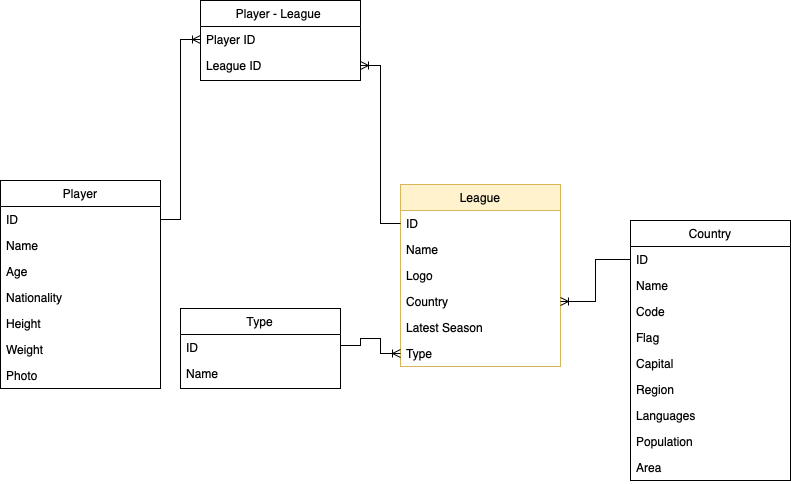
The draw.io diagram app/assets/images/erd1.png in babyghost-ys/football_rails, before a commit. Source tidied: cells renumbered, new cells last; positions are measured from the earlier drawing's top-left corner, leaving out a move shared by most shapes.
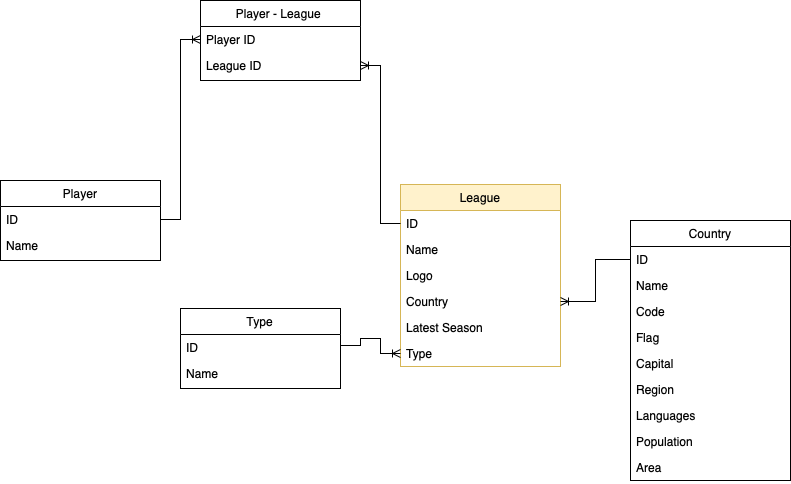
Above is the later version.

Commit message:
Updated the ERD diagram to reflect the changes.

What changed in the source:
```diff
@@ -57,7 +57,7 @@
       <mxGeometry relative="1" as="geometry" />
     </mxCell>
     <mxCell id="20" value="Player" style="swimlane;fontStyle=0;align=center;verticalAlign=top;horizontal=1;startSize=26;rounded=0;shadow=0;strokeWidth=1;" parent="1" vertex="1">
-      <mxGeometry y="180" width="160" height="208" as="geometry" />
+      <mxGeometry y="180" width="160" height="80" as="geometry" />
     </mxCell>
     <mxCell id="21" value="ID" style="text;align=left;verticalAlign=top;spacingLeft=4;spacingRight=4;overflow=hidden;points=[[0,0.5],[1,0.5]];portConstraint=eastwest;" parent="20" vertex="1">
       <mxGeometry y="26" width="160" height="26" as="geometry" />
@@ -65,21 +65,6 @@
     <mxCell id="22" value="Name" style="text;align=left;verticalAlign=top;spacingLeft=4;spacingRight=4;overflow=hidden;" parent="20" vertex="1">
       <mxGeometry y="52" width="160" height="26" as="geometry" />
     </mxCell>
-    <mxCell id="23" value="Age&#10;" style="text;align=left;verticalAlign=top;spacingLeft=4;spacingRight=4;overflow=hidden;" parent="20" vertex="1">
-      <mxGeometry y="78" width="160" height="26" as="geometry" />
-    </mxCell>
-    <mxCell id="24" value="Nationality" style="text;align=left;verticalAlign=top;spacingLeft=4;spacingRight=4;overflow=hidden;" parent="20" vertex="1">
-      <mxGeometry y="104" width="160" height="26" as="geometry" />
-    </mxCell>
-    <mxCell id="25" value="Height" style="text;align=left;verticalAlign=top;spacingLeft=4;spacingRight=4;overflow=hidden;" parent="20" vertex="1">
-      <mxGeometry y="130" width="160" height="26" as="geometry" />
-    </mxCell>
-    <mxCell id="26" value="Weight" style="text;align=left;verticalAlign=top;spacingLeft=4;spacingRight=4;overflow=hidden;" parent="20" vertex="1">
-      <mxGeometry y="156" width="160" height="26" as="geometry" />
-    </mxCell>
-    <mxCell id="27" value="Photo" style="text;align=left;verticalAlign=top;spacingLeft=4;spacingRight=4;overflow=hidden;" parent="20" vertex="1">
-      <mxGeometry y="182" width="160" height="26" as="geometry" />
-    </mxCell>
     <mxCell id="28" value="Player - League " style="swimlane;fontStyle=0;align=center;verticalAlign=top;horizontal=1;startSize=26;rounded=0;shadow=0;strokeWidth=1;" parent="1" vertex="1">
       <mxGeometry x="200" width="160" height="80" as="geometry" />
     </mxCell>
```
